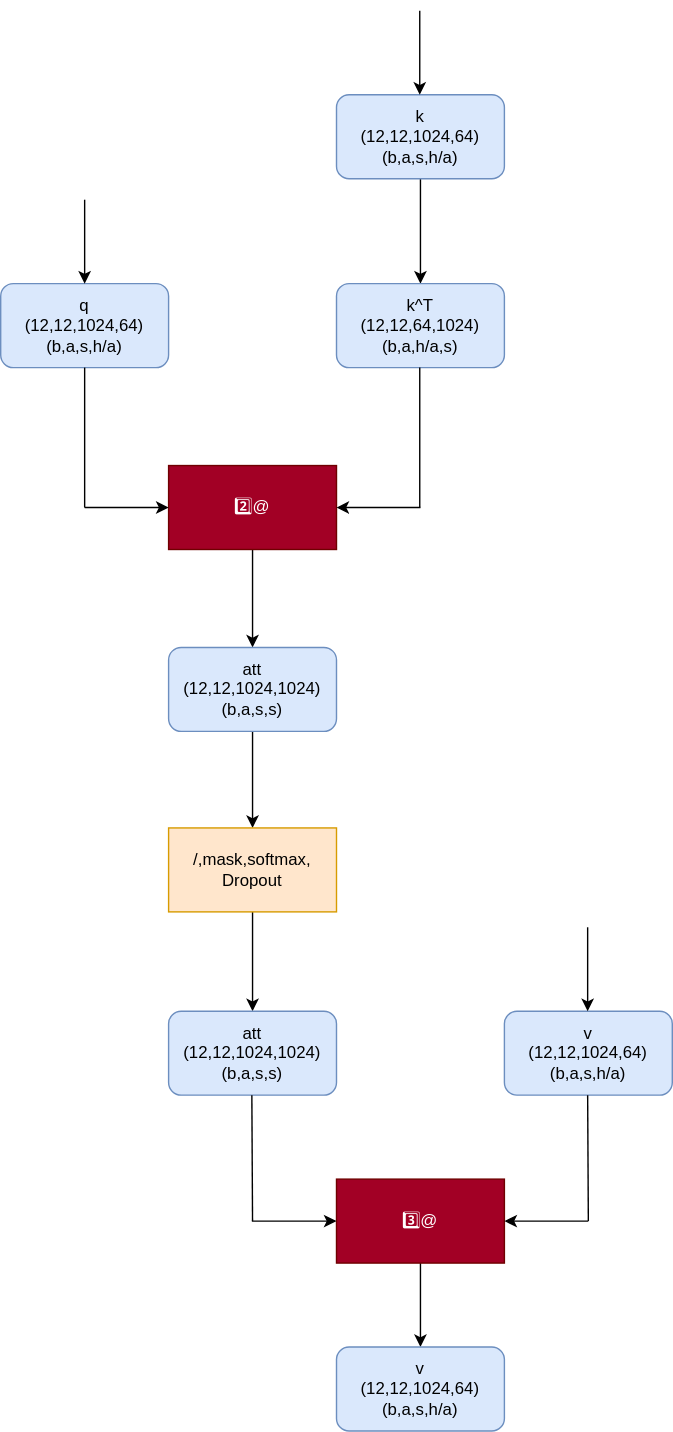
This is post/LLM结构-self-attention.svg from wufeng15226/blog-image, a draw.io export, as it was before one commit. Source tidied: cells renumbered, new cells last; positions are measured from the earlier drawing's top-left corner, leaving out a move shared by most shapes. The source it was exported from:
```xml
<mxGraphModel>
  <root>
    <mxCell id="0" />
    <mxCell id="1" parent="0" />
    <mxCell id="2" style="edgeStyle=none;html=1;" parent="1" edge="1" source="3" target="4">
      <mxGeometry relative="1" as="geometry" />
    </mxCell>
    <mxCell id="3" value="k&lt;br&gt;(12,12,1024,64)&lt;br&gt;(b,a,s,h/a)" style="rounded=1;whiteSpace=wrap;html=1;fillColor=#dae8fc;strokeColor=#6c8ebf;" parent="1" vertex="1">
      <mxGeometry x="240" y="60" width="120" height="60" as="geometry" />
    </mxCell>
    <mxCell id="4" value="k^T&lt;br&gt;(12,12,64,1024)&lt;br&gt;(b,a,h/a,s)" style="rounded=1;whiteSpace=wrap;html=1;fillColor=#dae8fc;strokeColor=#6c8ebf;" parent="1" vertex="1">
      <mxGeometry x="240" y="195" width="120" height="60" as="geometry" />
    </mxCell>
    <mxCell id="5" value="q&lt;br&gt;(12,12,1024,64)&lt;br&gt;(b,a,s,h/a)" style="rounded=1;whiteSpace=wrap;html=1;fillColor=#dae8fc;strokeColor=#6c8ebf;" parent="1" vertex="1">
      <mxGeometry y="195" width="120" height="60" as="geometry" />
    </mxCell>
    <mxCell id="6" style="edgeStyle=none;html=1;entryX=0.5;entryY=0;entryDx=0;entryDy=0;" parent="1" edge="1" source="7" target="13">
      <mxGeometry relative="1" as="geometry" />
    </mxCell>
    <mxCell id="7" value="2️⃣@" style="rounded=0;whiteSpace=wrap;html=1;fillColor=#a20025;strokeColor=#6F0000;fontColor=#ffffff;" parent="1" vertex="1">
      <mxGeometry x="120" y="325" width="120" height="60" as="geometry" />
    </mxCell>
    <mxCell id="8" style="endArrow=none;html=1;exitX=0.5;exitY=1;exitDx=0;exitDy=0;" parent="1" edge="1" source="5">
      <mxGeometry relative="1" as="geometry">
        <mxPoint x="60" y="355" as="targetPoint" />
      </mxGeometry>
    </mxCell>
    <mxCell id="9" style="endArrow=none;html=1;exitX=0.5;exitY=1;exitDx=0;exitDy=0;" parent="1" edge="1">
      <mxGeometry relative="1" as="geometry">
        <mxPoint x="299.5" y="255" as="sourcePoint" />
        <mxPoint x="299.5" y="355" as="targetPoint" />
      </mxGeometry>
    </mxCell>
    <mxCell id="10" style="endArrow=classic;html=1;entryX=0;entryY=0.5;entryDx=0;entryDy=0;" parent="1" edge="1" target="7">
      <mxGeometry relative="1" as="geometry">
        <mxPoint x="60" y="355" as="sourcePoint" />
      </mxGeometry>
    </mxCell>
    <mxCell id="11" style="endArrow=classic;html=1;" parent="1" edge="1">
      <mxGeometry relative="1" as="geometry">
        <mxPoint x="300" y="355" as="sourcePoint" />
        <mxPoint x="240" y="355" as="targetPoint" />
      </mxGeometry>
    </mxCell>
    <mxCell id="12" style="edgeStyle=none;html=1;entryX=0.5;entryY=0;entryDx=0;entryDy=0;" parent="1" edge="1" source="13" target="15">
      <mxGeometry relative="1" as="geometry" />
    </mxCell>
    <mxCell id="13" value="att&lt;br&gt;(12,12,1024,1024)&lt;br&gt;(b,a,s,s)" style="rounded=1;whiteSpace=wrap;html=1;fillColor=#dae8fc;strokeColor=#6c8ebf;" parent="1" vertex="1">
      <mxGeometry x="120" y="455" width="120" height="60" as="geometry" />
    </mxCell>
    <mxCell id="14" style="edgeStyle=none;html=1;entryX=0.5;entryY=0;entryDx=0;entryDy=0;" parent="1" edge="1" source="15" target="16">
      <mxGeometry relative="1" as="geometry" />
    </mxCell>
    <mxCell id="15" value="/,mask,softmax,&lt;br&gt;Dropout" style="rounded=0;whiteSpace=wrap;html=1;fillColor=#ffe6cc;strokeColor=#d79b00;" parent="1" vertex="1">
      <mxGeometry x="120" y="584" width="120" height="60" as="geometry" />
    </mxCell>
    <mxCell id="16" value="att&lt;br&gt;(12,12,1024,1024)&lt;br&gt;(b,a,s,s)" style="rounded=1;whiteSpace=wrap;html=1;fillColor=#dae8fc;strokeColor=#6c8ebf;" parent="1" vertex="1">
      <mxGeometry x="120" y="715" width="120" height="60" as="geometry" />
    </mxCell>
    <mxCell id="17" value="v&lt;br&gt;(12,12,1024,64)&lt;br&gt;(b,a,s,h/a)" style="rounded=1;whiteSpace=wrap;html=1;fillColor=#dae8fc;strokeColor=#6c8ebf;" parent="1" vertex="1">
      <mxGeometry x="360" y="715" width="120" height="60" as="geometry" />
    </mxCell>
    <mxCell id="18" style="endArrow=classic;html=1;entryX=0.5;entryY=0;entryDx=0;entryDy=0;" parent="1" edge="1" target="5">
      <mxGeometry relative="1" as="geometry">
        <mxPoint x="60" y="135" as="sourcePoint" />
      </mxGeometry>
    </mxCell>
    <mxCell id="19" style="endArrow=classic;html=1;entryX=0.5;entryY=0;entryDx=0;entryDy=0;" parent="1" edge="1">
      <mxGeometry relative="1" as="geometry">
        <mxPoint x="299.5" as="sourcePoint" />
        <mxPoint x="299.5" y="60" as="targetPoint" />
      </mxGeometry>
    </mxCell>
    <mxCell id="20" style="endArrow=classic;html=1;entryX=0.5;entryY=0;entryDx=0;entryDy=0;" parent="1" edge="1">
      <mxGeometry relative="1" as="geometry">
        <mxPoint x="419.5" y="655" as="sourcePoint" />
        <mxPoint x="419.5" y="715" as="targetPoint" />
      </mxGeometry>
    </mxCell>
    <mxCell id="21" style="edgeStyle=none;html=1;" parent="1" edge="1" source="22" target="27">
      <mxGeometry relative="1" as="geometry" />
    </mxCell>
    <mxCell id="22" value="3️⃣@" style="rounded=0;whiteSpace=wrap;html=1;fillColor=#a20025;strokeColor=#6F0000;fontColor=#ffffff;" parent="1" vertex="1">
      <mxGeometry x="240" y="835" width="120" height="60" as="geometry" />
    </mxCell>
    <mxCell id="23" style="endArrow=none;html=1;exitX=0.5;exitY=1;exitDx=0;exitDy=0;" parent="1" edge="1">
      <mxGeometry relative="1" as="geometry">
        <mxPoint x="179.5" y="775" as="sourcePoint" />
        <mxPoint x="180" y="865" as="targetPoint" />
      </mxGeometry>
    </mxCell>
    <mxCell id="24" style="endArrow=classic;html=1;entryX=0;entryY=0.5;entryDx=0;entryDy=0;" parent="1" edge="1" target="22">
      <mxGeometry relative="1" as="geometry">
        <mxPoint x="179.5" y="865" as="sourcePoint" />
      </mxGeometry>
    </mxCell>
    <mxCell id="25" style="endArrow=none;html=1;exitX=0.5;exitY=1;exitDx=0;exitDy=0;" parent="1" edge="1">
      <mxGeometry relative="1" as="geometry">
        <mxPoint x="419.5" y="775" as="sourcePoint" />
        <mxPoint x="420" y="865" as="targetPoint" />
      </mxGeometry>
    </mxCell>
    <mxCell id="26" style="endArrow=classic;html=1;" parent="1" edge="1">
      <mxGeometry relative="1" as="geometry">
        <mxPoint x="420" y="865" as="sourcePoint" />
        <mxPoint x="360" y="865" as="targetPoint" />
      </mxGeometry>
    </mxCell>
    <mxCell id="27" value="v&lt;br&gt;(12,12,1024,64)&lt;br&gt;(b,a,s,h/a)" style="rounded=1;whiteSpace=wrap;html=1;fillColor=#dae8fc;strokeColor=#6c8ebf;" parent="1" vertex="1">
      <mxGeometry x="240" y="955" width="120" height="60" as="geometry" />
    </mxCell>
  </root>
</mxGraphModel>
```
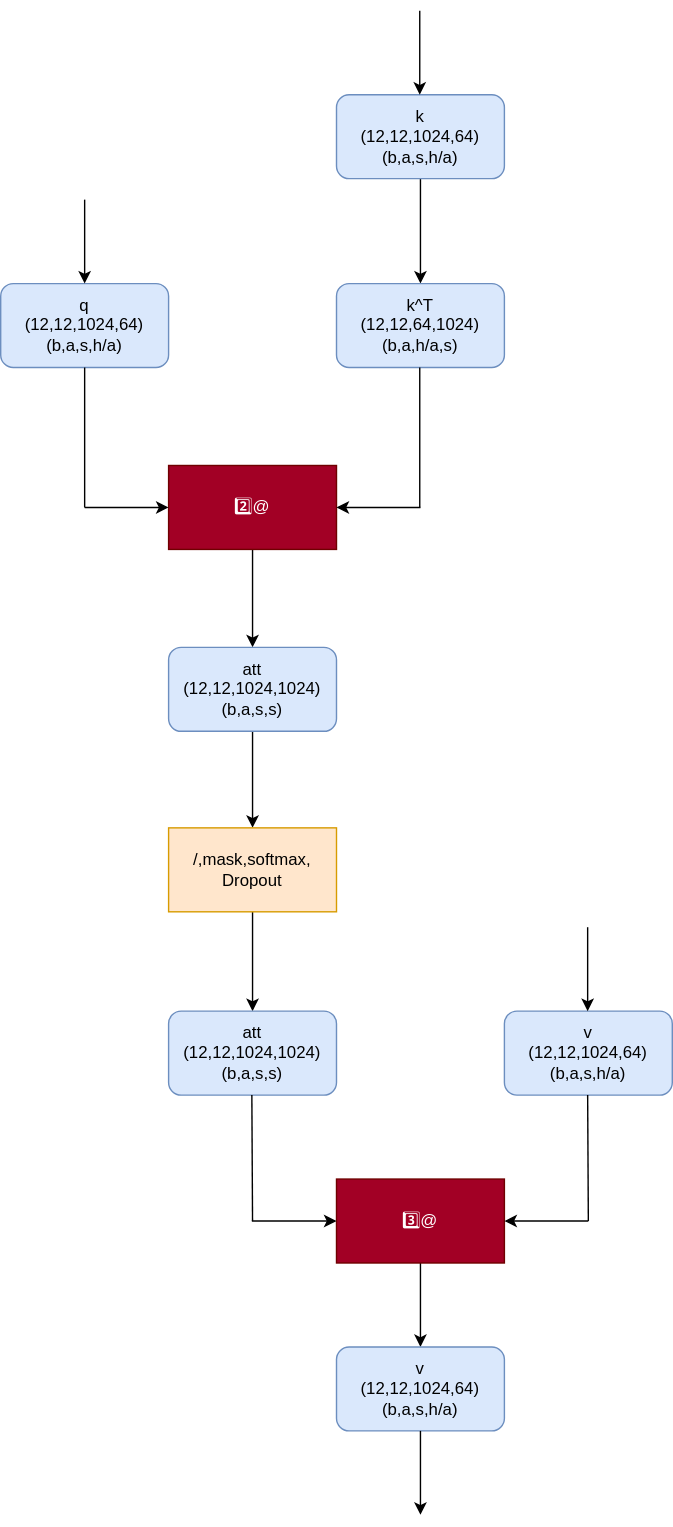
After the commit.

Change to the diagram source:
```diff
@@ -109,5 +109,10 @@
     <mxCell id="27" value="v&lt;br&gt;(12,12,1024,64)&lt;br&gt;(b,a,s,h/a)" style="rounded=1;whiteSpace=wrap;html=1;fillColor=#dae8fc;strokeColor=#6c8ebf;" parent="1" vertex="1">
       <mxGeometry x="240" y="955" width="120" height="60" as="geometry" />
     </mxCell>
+    <mxCell id="28" style="edgeStyle=none;html=1;exitX=0.5;exitY=1;exitDx=0;exitDy=0;" parent="1" edge="1" source="27">
+      <mxGeometry relative="1" as="geometry">
+        <mxPoint x="300" y="1075" as="targetPoint" />
+      </mxGeometry>
+    </mxCell>
   </root>
 </mxGraphModel>
```
